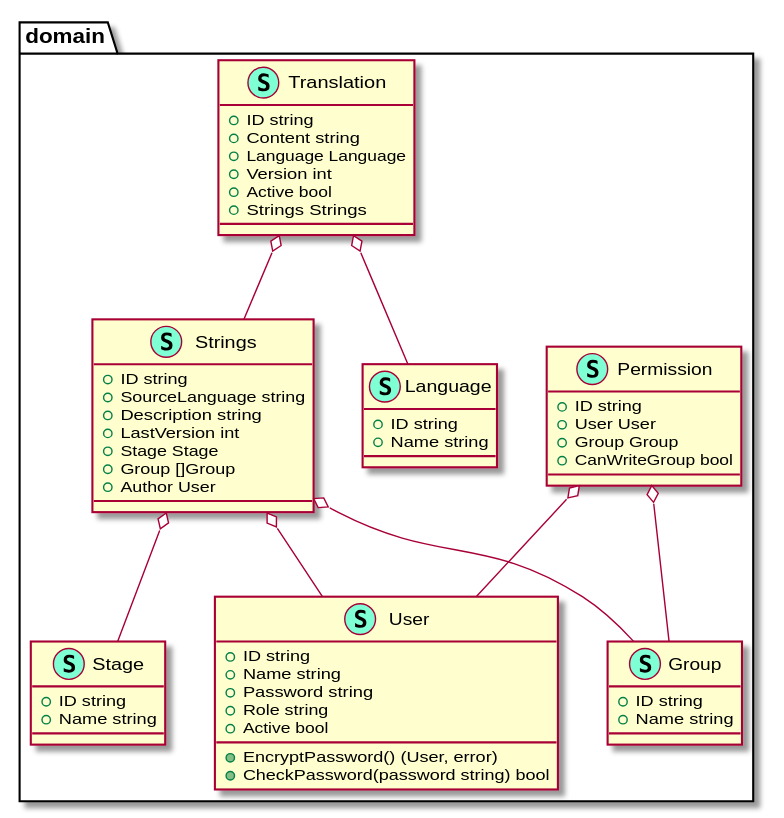
Earlier version of the PlantUML export backend/assets/dist/UmlDiagram.svg (cafeteru/LocalizeMe).
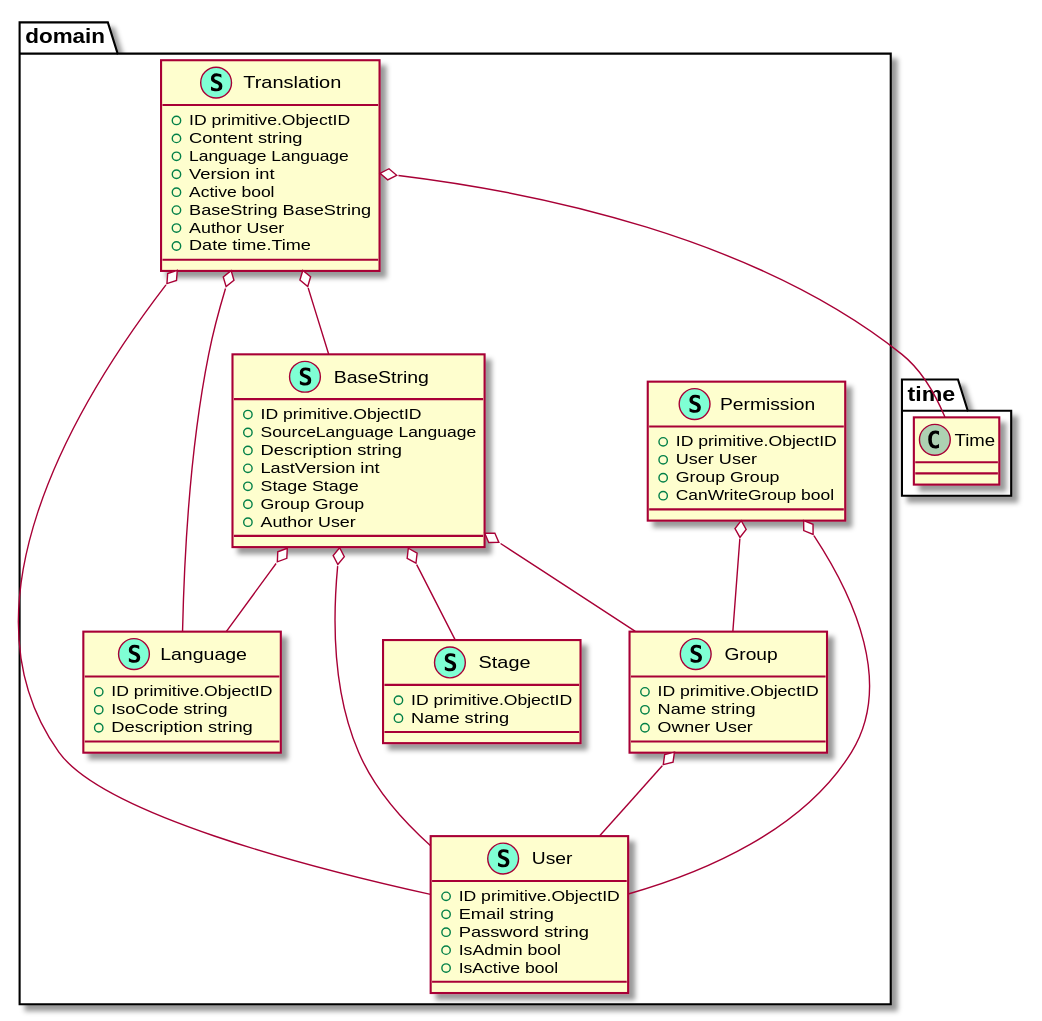
Above is the later version.

Change to the diagram source:
```diff
@@ -1,66 +1,71 @@
 @startuml
 namespace domain {
+    class BaseString << (S,Aquamarine) >> {
+        + ID primitive.ObjectID
+        + SourceLanguage Language
+        + Description string
+        + LastVersion int
+        + Stage Stage
+        + Group Group
+        + Author User
+
+    }
     class Group << (S,Aquamarine) >> {
-        + ID string
+        + ID primitive.ObjectID
         + Name string
+        + Owner User
 
     }
     class Language << (S,Aquamarine) >> {
-        + ID string
-        + Name string
+        + ID primitive.ObjectID
+        + IsoCode string
+        + Description string
 
     }
     class Permission << (S,Aquamarine) >> {
-        + ID string
+        + ID primitive.ObjectID
         + User User
         + Group Group
         + CanWriteGroup bool
 
     }
     class Stage << (S,Aquamarine) >> {
-        + ID string
+        + ID primitive.ObjectID
         + Name string
 
     }
-    class Strings << (S,Aquamarine) >> {
-        + ID string
-        + SourceLanguage string
-        + Description string
-        + LastVersion int
-        + Stage Stage
-        + Group []Group
-        + Author User
-
-    }
     class Translation << (S,Aquamarine) >> {
-        + ID string
+        + ID primitive.ObjectID
         + Content string
         + Language Language
         + Version int
         + Active bool
-        + Strings Strings
+        + BaseString BaseString
+        + Author User
+        + Date time.Time
 
     }
     class User << (S,Aquamarine) >> {
-        + ID string
-        + Name string
+        + ID primitive.ObjectID
+        + Email string
         + Password string
-        + Role string
-        + Active bool
-
-        + EncryptPassword() (User, error)
-        + CheckPassword(password string) bool
+        + IsAdmin bool
+        + IsActive bool
 
     }
 }
 
 
+"domain.BaseString" o-- "domain.Group"
+"domain.BaseString" o-- "domain.Language"
+"domain.BaseString" o-- "domain.Stage"
+"domain.BaseString" o-- "domain.User"
+"domain.Group" o-- "domain.User"
 "domain.Permission" o-- "domain.Group"
 "domain.Permission" o-- "domain.User"
-"domain.Strings" o-- "domain.Group"
-"domain.Strings" o-- "domain.Stage"
-"domain.Strings" o-- "domain.User"
+"domain.Translation" o-- "domain.BaseString"
 "domain.Translation" o-- "domain.Language"
-"domain.Translation" o-- "domain.Strings"
+"domain.Translation" o-- "domain.User"
+"domain.Translation" o-- "time.Time"
 
 @enduml
```
